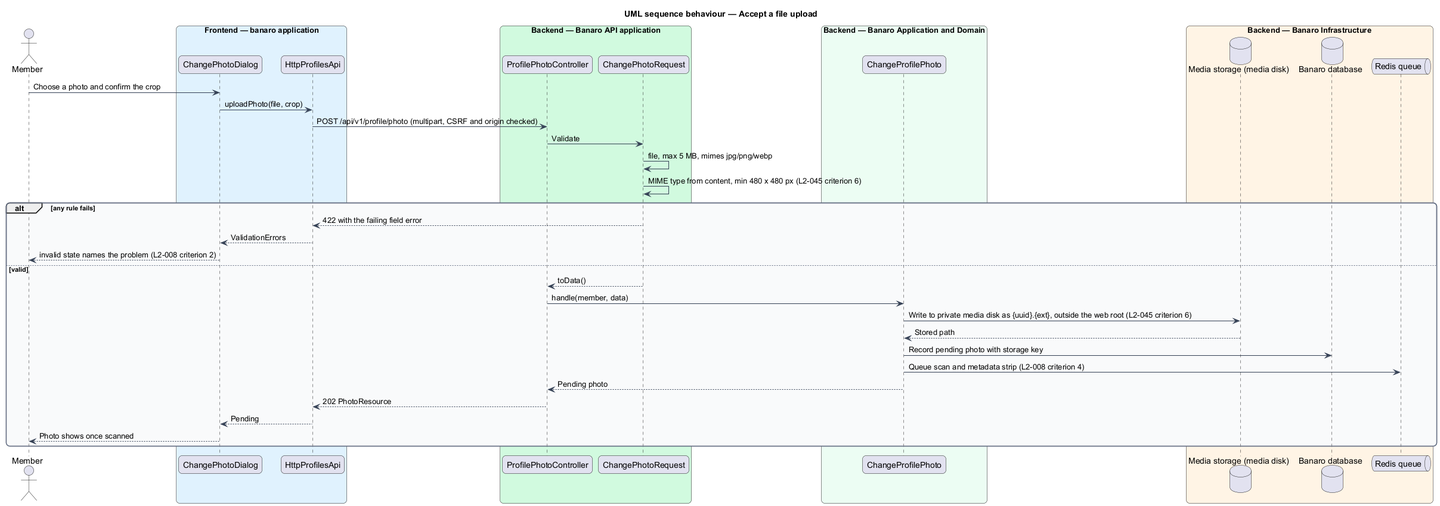
This is docs/detailed-designs/security/validate-input-and-harden-transport/diagrams/sequence-upload-file.png from QuinntyneBrown/banaro, a PlantUML export, as it was before one commit. Source of this version:
```plantuml
@startuml
title UML sequence behaviour — Accept a file upload
skinparam backgroundColor #FFFFFF
skinparam shadowing false
skinparam roundcorner 12
skinparam defaultFontName Arial
skinparam ArrowColor #344054
skinparam rectangle {
  BorderColor #344054
  FontColor #101828
}
skinparam package {
  BorderColor #667085
  FontColor #101828
  BackgroundColor #F9FAFB
}
actor "Member" as actor
box "Frontend — banaro application" #E0F2FE
  participant "ChangePhotoDialog" as dialog
  participant "HttpProfilesApi" as client
end box
box "Backend — Banaro API application" #D1FADF
  participant "ProfilePhotoController" as controller
  participant "ChangePhotoRequest" as request
end box
box "Backend — Banaro Application and Domain" #ECFDF3
  participant "ChangeProfilePhoto" as action
end box
box "Backend — Banaro Infrastructure" #FFF4E5
  database "Media storage (media disk)" as media
  database "Banaro database" as db
  queue "Redis queue" as queue
end box

actor -> dialog : Choose a photo and confirm the crop
dialog -> client : uploadPhoto(file, crop)
client -> controller : POST /api/v1/profile/photo (multipart, CSRF and origin checked)
controller -> request : Validate
request -> request : file, max 5 MB, mimes jpg/png/webp
request -> request : MIME type from content, min 480 x 480 px (L2-045 criterion 6)
alt any rule fails
  request --> client : 422 with the failing field error
  client --> dialog : ValidationErrors
  dialog --> actor : invalid state names the problem (L2-008 criterion 2)
else valid
  request --> controller : toData()
  controller -> action : handle(member, data)
  action -> media : Write to private media disk as {uuid}.{ext}, outside the web root (L2-045 criterion 6)
  media --> action : Stored path
  action -> db : Record pending photo with storage key
  action -> queue : Queue scan and metadata strip (L2-008 criterion 4)
  action --> controller : Pending photo
  controller --> client : 202 PhotoResource
  client --> dialog : Pending
  dialog --> actor : Photo shows once scanned
end
@enduml
```
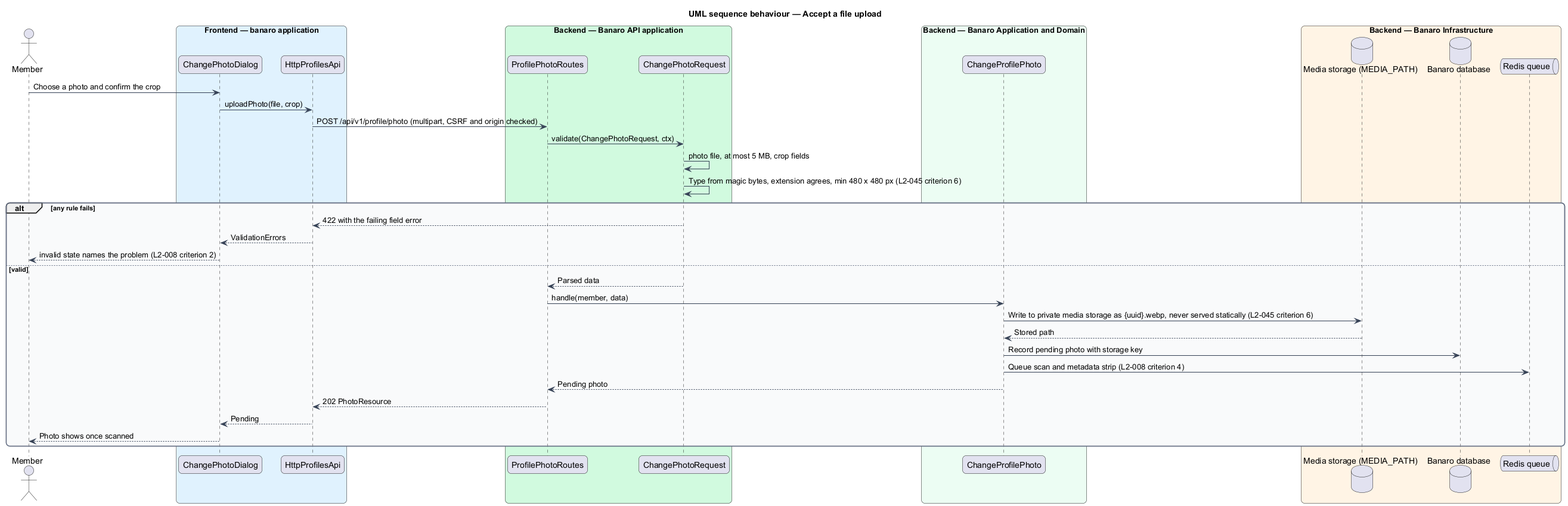
Above is the later version.

Change to the diagram source:
```diff
@@ -20,14 +20,14 @@
   participant "HttpProfilesApi" as client
 end box
 box "Backend — Banaro API application" #D1FADF
-  participant "ProfilePhotoController" as controller
+  participant "ProfilePhotoRoutes" as controller
   participant "ChangePhotoRequest" as request
 end box
 box "Backend — Banaro Application and Domain" #ECFDF3
   participant "ChangeProfilePhoto" as action
 end box
 box "Backend — Banaro Infrastructure" #FFF4E5
-  database "Media storage (media disk)" as media
+  database "Media storage (MEDIA_PATH)" as media
   database "Banaro database" as db
   queue "Redis queue" as queue
 end box
@@ -35,17 +35,17 @@
 actor -> dialog : Choose a photo and confirm the crop
 dialog -> client : uploadPhoto(file, crop)
 client -> controller : POST /api/v1/profile/photo (multipart, CSRF and origin checked)
-controller -> request : Validate
-request -> request : file, max 5 MB, mimes jpg/png/webp
-request -> request : MIME type from content, min 480 x 480 px (L2-045 criterion 6)
+controller -> request : validate(ChangePhotoRequest, ctx)
+request -> request : photo file, at most 5 MB, crop fields
+request -> request : Type from magic bytes, extension agrees, min 480 x 480 px (L2-045 criterion 6)
 alt any rule fails
   request --> client : 422 with the failing field error
   client --> dialog : ValidationErrors
   dialog --> actor : invalid state names the problem (L2-008 criterion 2)
 else valid
-  request --> controller : toData()
+  request --> controller : Parsed data
   controller -> action : handle(member, data)
-  action -> media : Write to private media disk as {uuid}.{ext}, outside the web root (L2-045 criterion 6)
+  action -> media : Write to private media storage as {uuid}.webp, never served statically (L2-045 criterion 6)
   media --> action : Stored path
   action -> db : Record pending photo with storage key
   action -> queue : Queue scan and metadata strip (L2-008 criterion 4)
```
